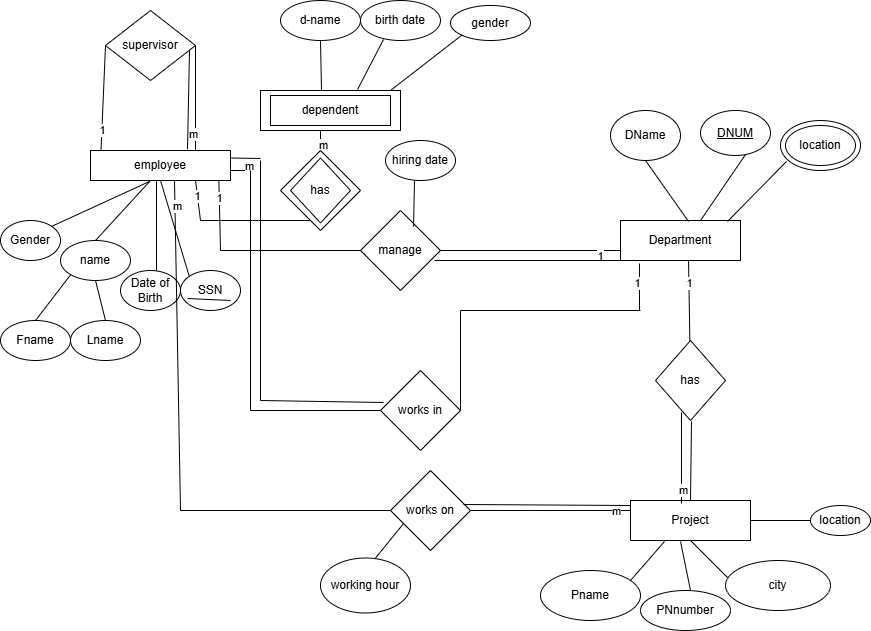
Before: ERD  task 1.png, a diagram exported from draw.io (DevMalak/Database-Course-documentation). Source tidied: cells renumbered, new cells last; positions are measured from the earlier drawing's top-left corner, leaving out a move shared by most shapes.
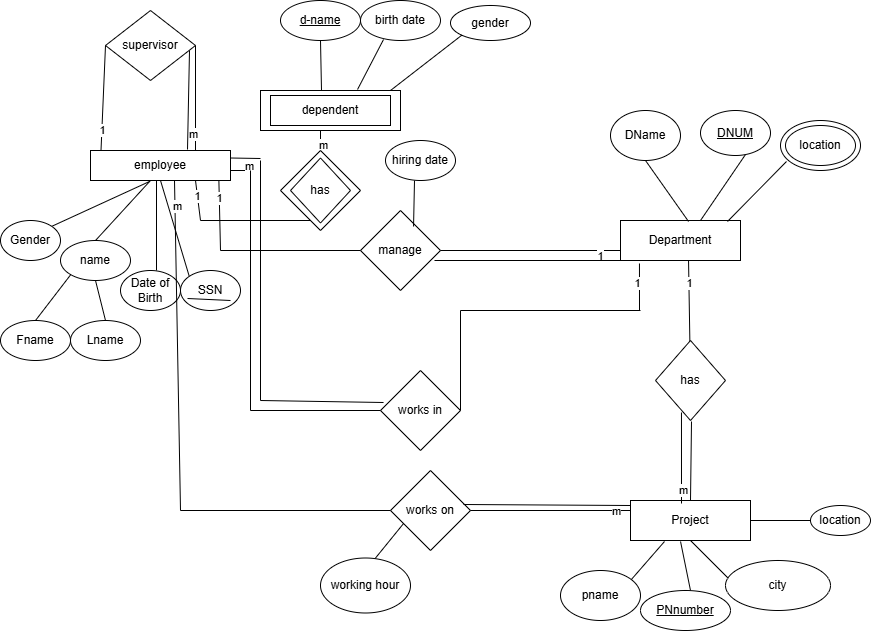
After the commit.

Commit message:
adding final ERD drawing

What changed in the source:
```diff
@@ -42,7 +42,7 @@
         <mxPoint x="320" y="40" as="targetPoint" />
       </mxGeometry>
     </mxCell>
-    <mxCell id="13" value="d-name" style="ellipse;whiteSpace=wrap;html=1;" parent="1" vertex="1">
+    <mxCell id="13" value="&lt;u&gt;d-name&lt;/u&gt;" style="ellipse;whiteSpace=wrap;html=1;" parent="1" vertex="1">
       <mxGeometry x="280" width="80" height="40" as="geometry" />
     </mxCell>
     <mxCell id="14" style="endArrow=none;html=1;rounded=0;entryX=0.5;entryY=1;entryDx=0;entryDy=0;" parent="1" edge="1">
@@ -236,10 +236,7 @@
         <mxPoint x="730" y="580" as="sourcePoint" />
       </mxGeometry>
     </mxCell>
-    <mxCell id="61" value="Pname" style="ellipse;whiteSpace=wrap;html=1;" parent="1" vertex="1">
-      <mxGeometry x="540" y="570" width="100" height="50" as="geometry" />
-    </mxCell>
-    <mxCell id="62" value="PNnumber" style="ellipse;whiteSpace=wrap;html=1;" parent="1" vertex="1">
+    <mxCell id="62" value="&lt;u&gt;PNnumber&lt;/u&gt;" style="ellipse;whiteSpace=wrap;html=1;" parent="1" vertex="1">
       <mxGeometry x="640" y="590" width="90" height="40" as="geometry" />
     </mxCell>
     <mxCell id="63" value="city" style="ellipse;whiteSpace=wrap;html=1;" parent="1" vertex="1">
@@ -354,5 +351,8 @@
     <mxCell id="90" value="m" style="edgeLabel;html=1;align=center;verticalAlign=middle;" parent="89" vertex="1">
       <mxGeometry x="0.85" y="-2" relative="1" as="geometry" />
     </mxCell>
+    <mxCell id="91" value="pname" style="ellipse;whiteSpace=wrap;html=1;" parent="1" vertex="1">
+      <mxGeometry x="560" y="570" width="80" height="50" as="geometry" />
+    </mxCell>
   </root>
 </mxGraphModel>
```
